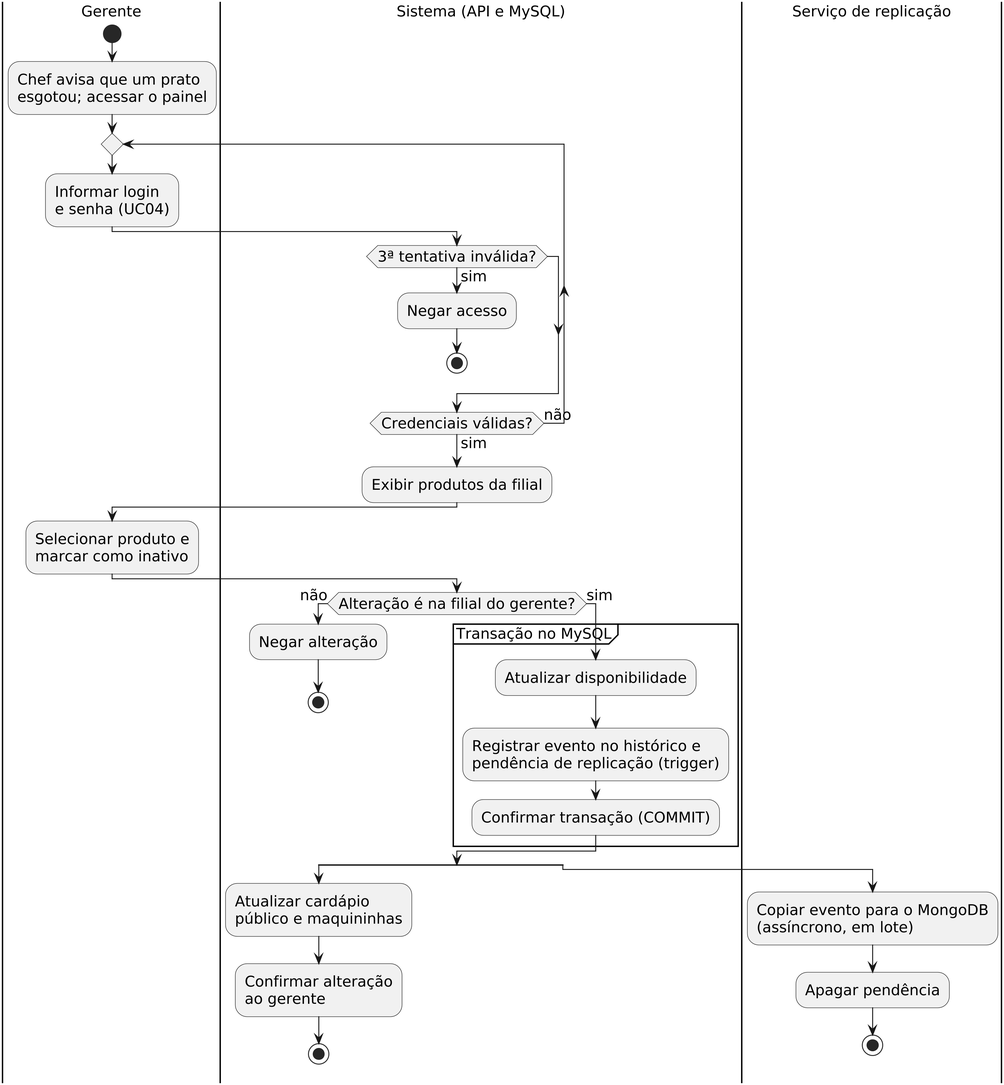
Earlier version of the PlantUML export diagramas/sem_titulo/04_atividades.png (vitorfaust1no/PIM-II). Its source is kept beside it as diagramas/04_atividades.puml.
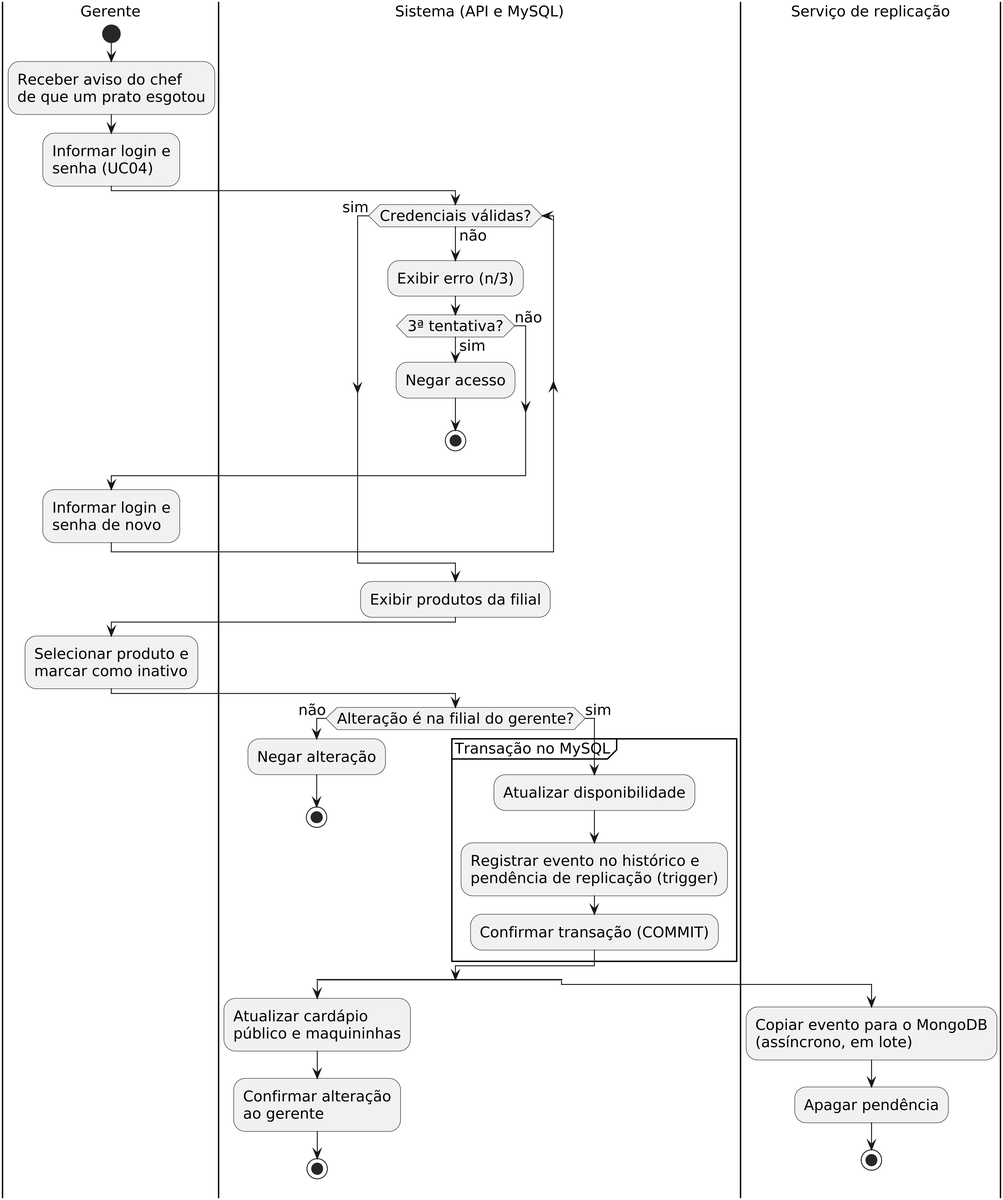
Above is the later version.

Commit message:
docs(relatorio): Figura 3 valida o login antes de contar as tentativas e mostra o erro

Change to the diagram source:
```diff
@@ -5,17 +5,23 @@
 
 |Gerente|
 start
-:Chef avisa que um prato
-esgotou; acessar o painel;
-repeat
-  :Informar login
-  e senha (UC04);
-  |Sistema (API e MySQL)|
-  if (3ª tentativa inválida?) then (sim)
+:Receber aviso do chef
+de que um prato esgotou;
+:Informar login e
+senha (UC04);
+|Sistema (API e MySQL)|
+while (Credenciais válidas?) is (não)
+  :Exibir erro (n/3);
+  if (3ª tentativa?) then (sim)
     :Negar acesso;
     stop
+  else (não)
   endif
-repeat while (Credenciais válidas?) is (não) not (sim)
+  |Gerente|
+  :Informar login e
+  senha de novo;
+  |Sistema (API e MySQL)|
+endwhile (sim)
 :Exibir produtos da filial;
 |Gerente|
 :Selecionar produto e
```
